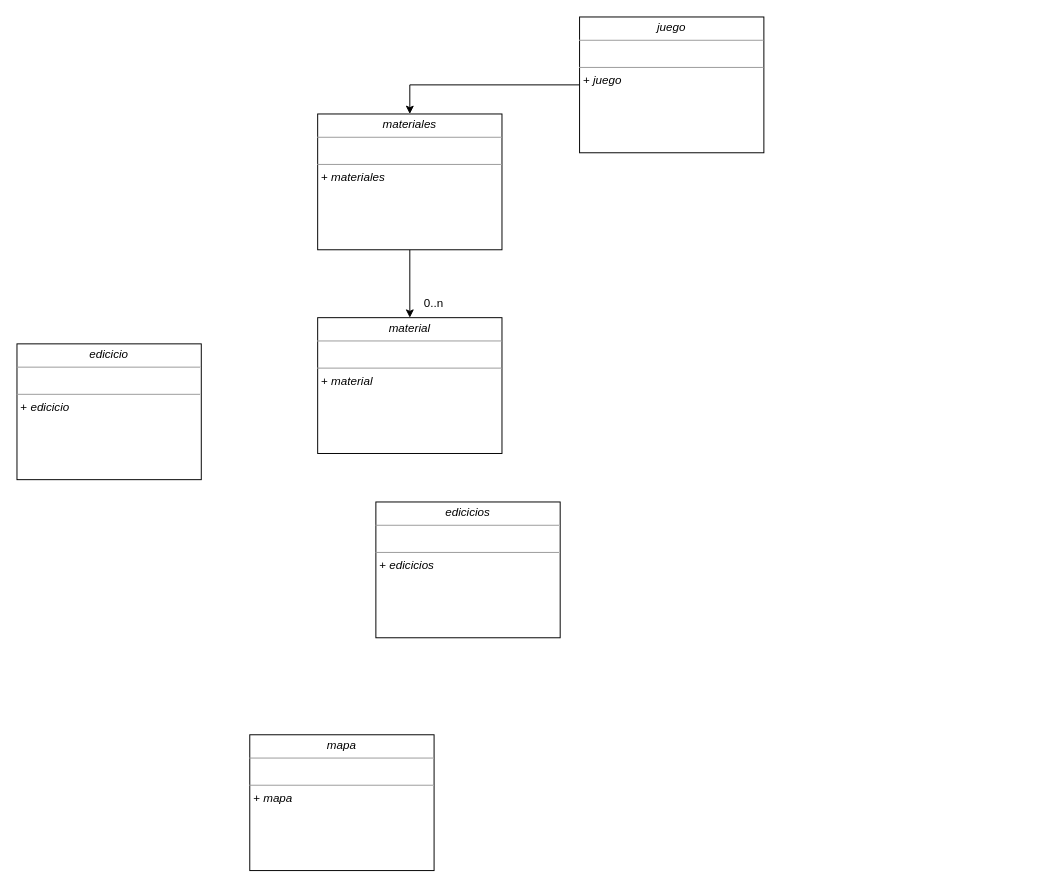
Rbartoncello/tp_3 keeps this draw.io diagram as Untitled Diagram.drawio. Above is the earlier version. Source tidied: cells renumbered, new cells numbered last; positions are measured from the earlier drawing's top-left corner, leaving out a move shared by most shapes. Both pictures are drawn from the tidied source at 97%, with x=0, y=0 at pixel (16, 16).
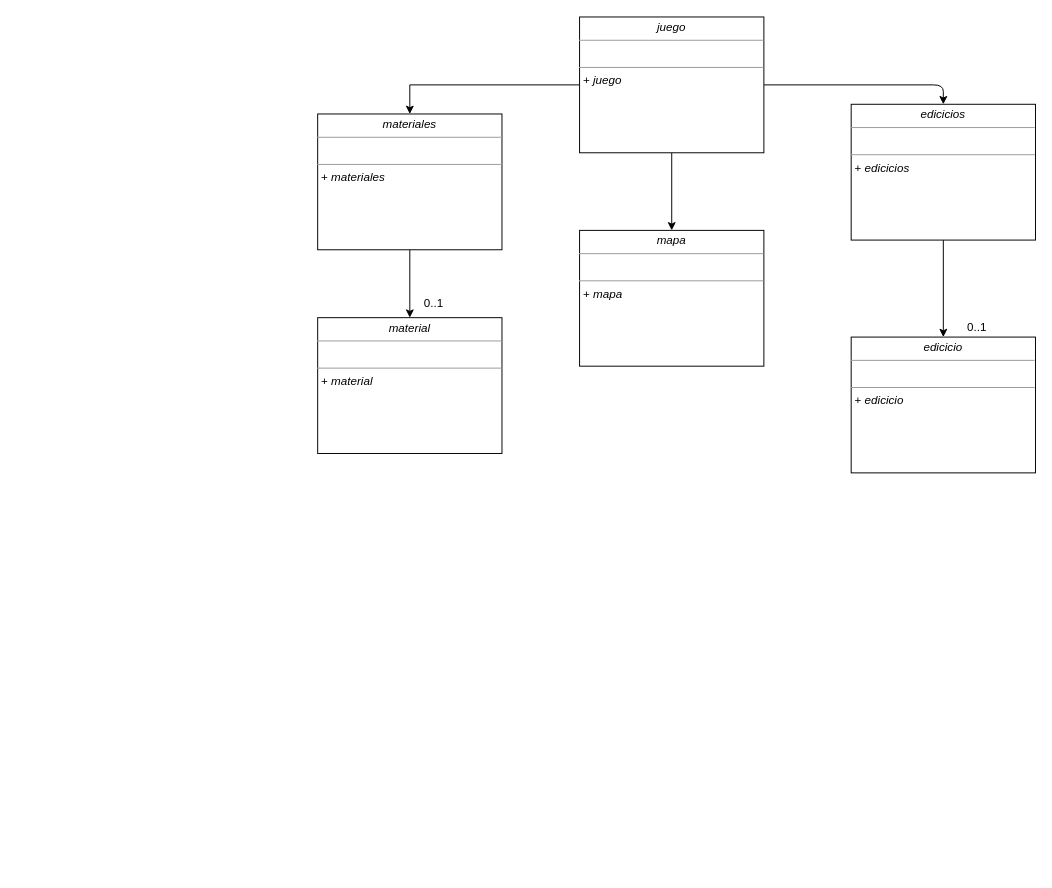
The same diagram, later.

Diff of the diagram source:
```diff
@@
 <mxGraphModel>
   <root>
     <mxCell id="0" />
     <mxCell id="1" parent="0" />
     <mxCell id="2" value="&lt;p style=&quot;margin: 0px ; margin-top: 4px ; text-align: center&quot;&gt;&lt;i&gt;edicicio&lt;/i&gt;&lt;/p&gt;&lt;hr size=&quot;1&quot;&gt;&lt;p style=&quot;margin: 0px ; margin-left: 4px&quot;&gt;&lt;br&gt;&lt;/p&gt;&lt;hr size=&quot;1&quot;&gt;&lt;p style=&quot;margin: 0px ; margin-left: 4px&quot;&gt;+&amp;nbsp;&lt;i style=&quot;text-align: center&quot;&gt;edicicio&lt;/i&gt;&lt;/p&gt;" style="verticalAlign=top;align=left;overflow=fill;fontSize=12;fontFamily=Helvetica;html=1;rounded=0;shadow=0;comic=0;labelBackgroundColor=none;strokeWidth=1;" parent="1" vertex="1">
-      <mxGeometry y="337" width="190" height="140" as="geometry" />
+      <mxGeometry x="860" y="330" width="190" height="140" as="geometry" />
     </mxCell>
+    <mxCell id="11" style="edgeStyle=none;html=1;entryX=0.5;entryY=0;entryDx=0;entryDy=0;" parent="1" edge="1" source="3" target="2">
+      <mxGeometry relative="1" as="geometry" />
+    </mxCell>
     <mxCell id="3" value="&lt;p style=&quot;margin: 0px ; margin-top: 4px ; text-align: center&quot;&gt;&lt;i&gt;edicicios&lt;/i&gt;&lt;/p&gt;&lt;hr size=&quot;1&quot;&gt;&lt;p style=&quot;margin: 0px ; margin-left: 4px&quot;&gt;&lt;br&gt;&lt;/p&gt;&lt;hr size=&quot;1&quot;&gt;&lt;p style=&quot;margin: 0px ; margin-left: 4px&quot;&gt;+&amp;nbsp;&lt;i style=&quot;text-align: center&quot;&gt;edicicios&lt;/i&gt;&lt;/p&gt;" style="verticalAlign=top;align=left;overflow=fill;fontSize=12;fontFamily=Helvetica;html=1;rounded=0;shadow=0;comic=0;labelBackgroundColor=none;strokeWidth=1;" parent="1" vertex="1">
-      <mxGeometry x="370" y="500" width="190" height="140" as="geometry" />
+      <mxGeometry x="860" y="90" width="190" height="140" as="geometry" />
     </mxCell>
     <mxCell id="4" value="&lt;p style=&quot;margin: 0px ; margin-top: 4px ; text-align: center&quot;&gt;&lt;i&gt;material&lt;/i&gt;&lt;/p&gt;&lt;hr size=&quot;1&quot;&gt;&lt;p style=&quot;margin: 0px ; margin-left: 4px&quot;&gt;&lt;br&gt;&lt;/p&gt;&lt;hr size=&quot;1&quot;&gt;&lt;p style=&quot;margin: 0px ; margin-left: 4px&quot;&gt;+&amp;nbsp;&lt;i style=&quot;text-align: center&quot;&gt;material&lt;/i&gt;&lt;/p&gt;" style="verticalAlign=top;align=left;overflow=fill;fontSize=12;fontFamily=Helvetica;html=1;rounded=0;shadow=0;comic=0;labelBackgroundColor=none;strokeWidth=1;" parent="1" vertex="1">
       <mxGeometry x="310" y="310" width="190" height="140" as="geometry" />
     </mxCell>
     <mxCell id="5" style="edgeStyle=orthogonalEdgeStyle;rounded=0;jettySize=auto;html=1;" parent="1" edge="1" source="6" target="4">
       <mxGeometry relative="1" as="geometry" />
     </mxCell>
     <mxCell id="6" value="&lt;p style=&quot;margin: 0px ; margin-top: 4px ; text-align: center&quot;&gt;&lt;i&gt;materiales&lt;/i&gt;&lt;/p&gt;&lt;hr size=&quot;1&quot;&gt;&lt;p style=&quot;margin: 0px ; margin-left: 4px&quot;&gt;&lt;br&gt;&lt;/p&gt;&lt;hr size=&quot;1&quot;&gt;&lt;p style=&quot;margin: 0px ; margin-left: 4px&quot;&gt;+&amp;nbsp;&lt;i style=&quot;text-align: center&quot;&gt;materiales&lt;/i&gt;&lt;/p&gt;" style="verticalAlign=top;align=left;overflow=fill;fontSize=12;fontFamily=Helvetica;html=1;rounded=0;shadow=0;comic=0;labelBackgroundColor=none;strokeWidth=1;" parent="1" vertex="1">
       <mxGeometry x="310" y="100" width="190" height="140" as="geometry" />
     </mxCell>
     <mxCell id="7" style="edgeStyle=orthogonalEdgeStyle;rounded=0;jettySize=auto;html=1;entryX=0.5;entryY=0;entryDx=0;entryDy=0;" parent="1" edge="1" source="8" target="6">
       <mxGeometry relative="1" as="geometry" />
     </mxCell>
+    <mxCell id="12" style="edgeStyle=none;html=1;entryX=0.5;entryY=0;entryDx=0;entryDy=0;" parent="1" edge="1" source="8" target="3">
+      <mxGeometry relative="1" as="geometry">
+        <Array as="points">
+          <mxPoint x="955" y="70" />
+        </Array>
+      </mxGeometry>
+    </mxCell>
+    <mxCell id="13" style="edgeStyle=none;html=1;entryX=0.5;entryY=0;entryDx=0;entryDy=0;" parent="1" edge="1" source="8" target="9">
+      <mxGeometry relative="1" as="geometry" />
+    </mxCell>
     <mxCell id="8" value="&lt;p style=&quot;margin: 0px ; margin-top: 4px ; text-align: center&quot;&gt;&lt;i&gt;juego&lt;/i&gt;&lt;/p&gt;&lt;hr size=&quot;1&quot;&gt;&lt;p style=&quot;margin: 0px ; margin-left: 4px&quot;&gt;&lt;br&gt;&lt;/p&gt;&lt;hr size=&quot;1&quot;&gt;&lt;p style=&quot;margin: 0px ; margin-left: 4px&quot;&gt;+&amp;nbsp;&lt;i style=&quot;text-align: center&quot;&gt;juego&lt;/i&gt;&lt;/p&gt;" style="verticalAlign=top;align=left;overflow=fill;fontSize=12;fontFamily=Helvetica;html=1;rounded=0;shadow=0;comic=0;labelBackgroundColor=none;strokeWidth=1;" parent="1" vertex="1">
       <mxGeometry x="580" width="190" height="140" as="geometry" />
     </mxCell>
     <mxCell id="9" value="&lt;p style=&quot;margin: 0px ; margin-top: 4px ; text-align: center&quot;&gt;&lt;i&gt;mapa&lt;/i&gt;&lt;/p&gt;&lt;hr size=&quot;1&quot;&gt;&lt;p style=&quot;margin: 0px ; margin-left: 4px&quot;&gt;&lt;br&gt;&lt;/p&gt;&lt;hr size=&quot;1&quot;&gt;&lt;p style=&quot;margin: 0px ; margin-left: 4px&quot;&gt;+&amp;nbsp;&lt;i style=&quot;text-align: center&quot;&gt;mapa&lt;/i&gt;&lt;/p&gt;" style="verticalAlign=top;align=left;overflow=fill;fontSize=12;fontFamily=Helvetica;html=1;rounded=0;shadow=0;comic=0;labelBackgroundColor=none;strokeWidth=1;" parent="1" vertex="1">
-      <mxGeometry x="240" y="740" width="190" height="140" as="geometry" />
+      <mxGeometry x="580" y="220" width="190" height="140" as="geometry" />
     </mxCell>
-    <mxCell id="10" value="0..n" style="text;html=1;strokeColor=none;fillColor=none;align=center;verticalAlign=middle;whiteSpace=wrap;rounded=0;" parent="1" vertex="1">
+    <mxCell id="10" value="0..1" style="text;html=1;strokeColor=none;fillColor=none;align=center;verticalAlign=middle;whiteSpace=wrap;rounded=0;" parent="1" vertex="1">
       <mxGeometry x="400" y="280" width="60" height="30" as="geometry" />
     </mxCell>
+    <mxCell id="14" value="0..1" style="text;html=1;strokeColor=none;fillColor=none;align=center;verticalAlign=middle;whiteSpace=wrap;rounded=0;" parent="1" vertex="1">
+      <mxGeometry x="960" y="310" width="60" height="20" as="geometry" />
+    </mxCell>
   </root>
 </mxGraphModel>
```
